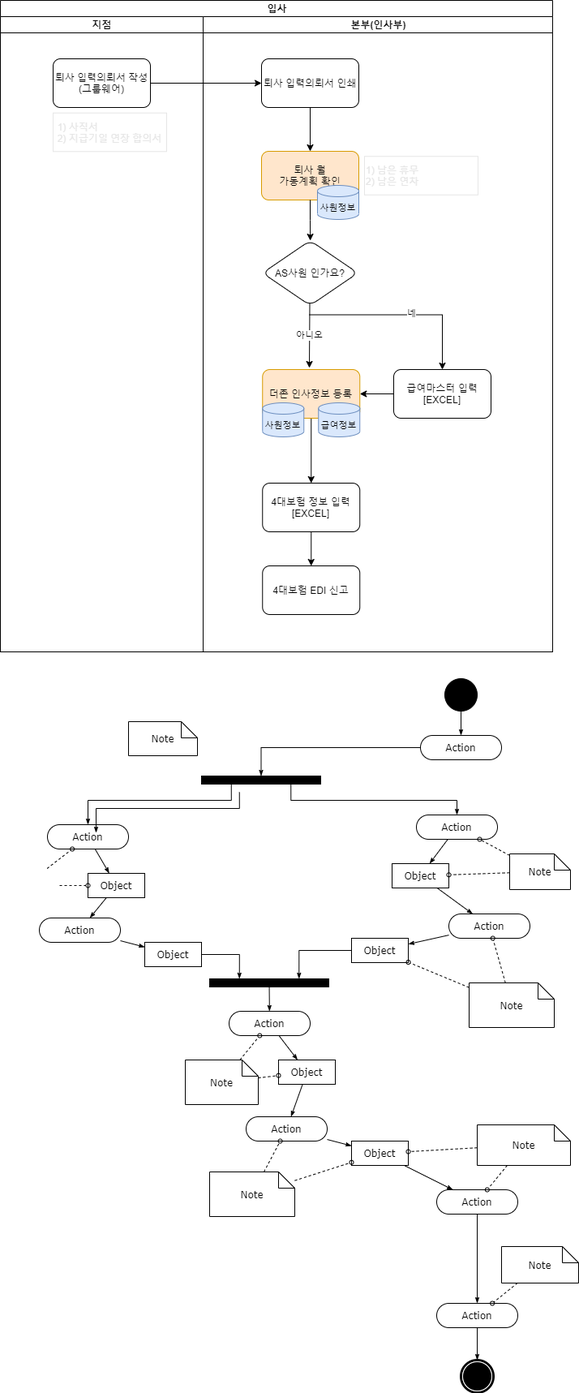
This is Insa_Resignation.drawio의 복사본.png from seunggeunjo/Flow-Chart, a draw.io export, as it was before one commit. Source tidied: cells renumbered, new cells last; positions are measured from the earlier drawing's top-left corner, leaving out a move shared by most shapes.
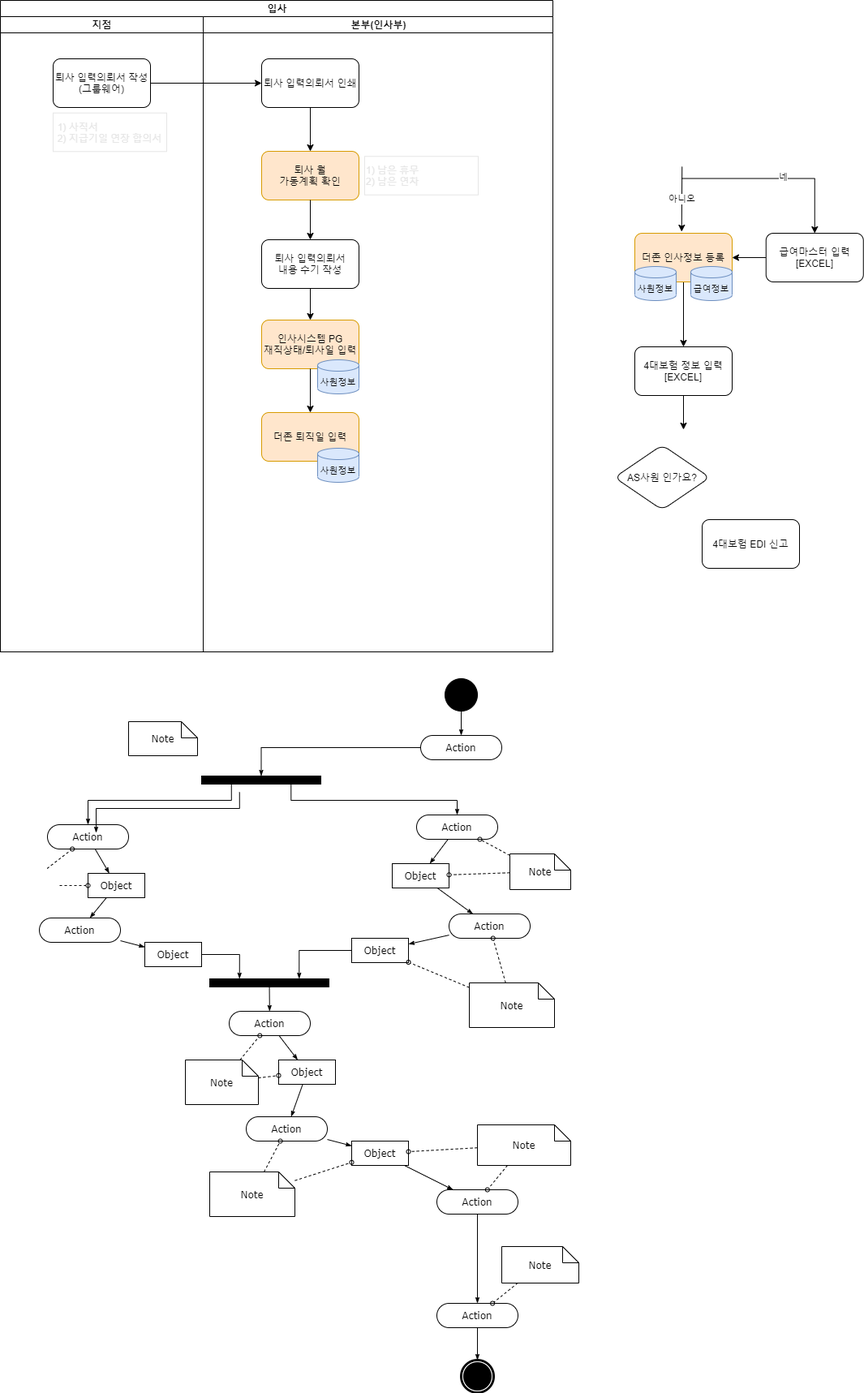
Later version of the same file.

Commit message:
Insa_Resignation.drawio의 복사본.png 업데이트

Change to the diagram source:
```diff
@@ -33,28 +33,19 @@
       <mxGeometry relative="1" as="geometry" />
     </mxCell>
     <mxCell id="12" value="더존 인사정보 등록" style="whiteSpace=wrap;html=1;rounded=1;fillColor=#ffe6cc;strokeColor=#d79b00;" parent="7" vertex="1">
-      <mxGeometry x="73.2" y="435" width="120" height="60" as="geometry" />
+      <mxGeometry x="532" y="267" width="120" height="60" as="geometry" />
     </mxCell>
-    <mxCell id="13" value="AS사원 인가요?" style="rhombus;whiteSpace=wrap;html=1;rounded=1;" parent="7" vertex="1">
-      <mxGeometry x="73.2" y="276" width="117.5" height="80" as="geometry" />
-    </mxCell>
-    <mxCell id="14" style="edgeStyle=orthogonalEdgeStyle;rounded=0;jettySize=auto;html=1;" parent="7" edge="1" source="9" target="13">
-      <mxGeometry relative="1" as="geometry" />
-    </mxCell>
-    <mxCell id="15" value="&lt;div&gt;&lt;span&gt;&lt;br&gt;&lt;/span&gt;&lt;/div&gt;&lt;div&gt;&lt;span&gt;사원정보&lt;/span&gt;&lt;/div&gt;" style="strokeWidth=1;html=1;shape=mxgraph.flowchart.database;whiteSpace=wrap;fontSize=11;fillColor=#dae8fc;strokeColor=#6c8ebf;align=center;" parent="7" vertex="1">
-      <mxGeometry x="141" y="208" width="51" height="42" as="geometry" />
-    </mxCell>
     <mxCell id="16" value="아니오" style="endArrow=classic;html=1;rounded=0;fontSize=11;" parent="7" edge="1">
       <mxGeometry relative="1" as="geometry">
-        <mxPoint x="131.5" y="353" as="sourcePoint" />
-        <mxPoint x="131" y="433" as="targetPoint" />
+        <mxPoint x="590.2" y="185" as="sourcePoint" />
+        <mxPoint x="589.8" y="265" as="targetPoint" />
       </mxGeometry>
     </mxCell>
     <mxCell id="17" style="edgeStyle=elbowEdgeStyle;elbow=horizontal;endArrow=classic;html=1;rounded=0;fontSize=11;entryX=0.5;entryY=0;entryDx=0;entryDy=0;" parent="7" edge="1" target="20">
       <mxGeometry relative="1" as="geometry">
-        <mxPoint x="131" y="367.5" as="sourcePoint" />
+        <mxPoint x="589.8" y="199.5" as="sourcePoint" />
         <Array as="points">
-          <mxPoint x="295" y="368" />
+          <mxPoint x="753.8" y="200" />
         </Array>
       </mxGeometry>
     </mxCell>
@@ -67,26 +58,49 @@
       <mxGeometry relative="1" as="geometry" />
     </mxCell>
     <mxCell id="20" value="급여마스터 입력&lt;br&gt;[EXCEL]" style="whiteSpace=wrap;html=1;rounded=1;" parent="7" vertex="1">
-      <mxGeometry x="235" y="435" width="120" height="60" as="geometry" />
+      <mxGeometry x="693.8" y="267" width="120" height="60" as="geometry" />
     </mxCell>
     <mxCell id="21" value="&lt;div&gt;&lt;span&gt;&lt;br&gt;&lt;/span&gt;&lt;/div&gt;&lt;div&gt;&lt;span&gt;사원정보&lt;/span&gt;&lt;/div&gt;" style="strokeWidth=1;html=1;shape=mxgraph.flowchart.database;whiteSpace=wrap;fontSize=11;fillColor=#dae8fc;strokeColor=#6c8ebf;align=center;" parent="7" vertex="1">
-      <mxGeometry x="73.2" y="476" width="51" height="42" as="geometry" />
+      <mxGeometry x="532" y="308" width="51" height="42" as="geometry" />
     </mxCell>
     <mxCell id="22" value="&lt;div&gt;&lt;br&gt;&lt;/div&gt;&lt;div&gt;급여정보&lt;/div&gt;" style="strokeWidth=1;html=1;shape=mxgraph.flowchart.database;whiteSpace=wrap;fontSize=11;fillColor=#dae8fc;strokeColor=#6c8ebf;align=center;" parent="7" vertex="1">
-      <mxGeometry x="142.2" y="476" width="51" height="42" as="geometry" />
+      <mxGeometry x="601" y="308" width="51" height="42" as="geometry" />
     </mxCell>
     <mxCell id="23" value="4대보험 정보 입력&lt;br&gt;[EXCEL]" style="rounded=1;whiteSpace=wrap;html=1;" parent="7" vertex="1">
-      <mxGeometry x="73.2" y="575" width="120" height="60" as="geometry" />
+      <mxGeometry x="532" y="407" width="120" height="60" as="geometry" />
     </mxCell>
-    <mxCell id="24" value="4대보험 EDI 신고" style="rounded=1;whiteSpace=wrap;html=1;" parent="7" vertex="1">
-      <mxGeometry x="73.2" y="677" width="120" height="60" as="geometry" />
-    </mxCell>
-    <mxCell id="25" style="edgeStyle=orthogonalEdgeStyle;rounded=0;jettySize=auto;html=1;fontSize=11;" parent="7" edge="1" source="23" target="24">
-      <mxGeometry relative="1" as="geometry" />
+    <mxCell id="25" style="edgeStyle=orthogonalEdgeStyle;rounded=0;jettySize=auto;html=1;fontSize=11;" parent="7" edge="1" source="23">
+      <mxGeometry relative="1" as="geometry">
+        <mxPoint x="592" y="509" as="targetPoint" />
+      </mxGeometry>
     </mxCell>
     <mxCell id="26" value="&lt;div&gt;&lt;span&gt;&lt;font color=&quot;#e6e6e6&quot;&gt;1) 남은 휴무&lt;/font&gt;&lt;/span&gt;&lt;/div&gt;&lt;div&gt;&lt;span&gt;&lt;font color=&quot;#e6e6e6&quot;&gt;2) 남은 연차&lt;/font&gt;&lt;/span&gt;&lt;/div&gt;" style="whiteSpace=wrap;html=1;align=left;newEdgeStyle={&quot;edgeStyle&quot;:&quot;elbowEdgeStyle&quot;,&quot;startArrow&quot;:&quot;none&quot;,&quot;endArrow&quot;:&quot;none&quot;};strokeColor=#E6E6E6;" parent="7" vertex="1">
       <mxGeometry x="199" y="172.2" width="140" height="47.5" as="geometry" />
     </mxCell>
+    <mxCell id="86" style="edgeStyle=orthogonalEdgeStyle;rounded=0;jettySize=auto;html=1;exitX=0.5;exitY=1;exitDx=0;exitDy=0;fontColor=#E6E6E6;" parent="7" edge="1" source="87" target="89">
+      <mxGeometry relative="1" as="geometry" />
+    </mxCell>
+    <mxCell id="87" value="퇴사 입력의뢰서&lt;br&gt;내용 수기 작성" style="whiteSpace=wrap;html=1;rounded=1;" parent="7" vertex="1">
+      <mxGeometry x="72" y="275" width="120" height="60" as="geometry" />
+    </mxCell>
+    <mxCell id="88" style="edgeStyle=orthogonalEdgeStyle;rounded=0;jettySize=auto;html=1;fontColor=#E6E6E6;" parent="7" edge="1" source="9" target="87">
+      <mxGeometry relative="1" as="geometry" />
+    </mxCell>
+    <mxCell id="89" value="인사시스템 PG&lt;br&gt;재직상태/퇴사일 입력" style="whiteSpace=wrap;html=1;rounded=1;fillColor=#ffe6cc;strokeColor=#d79b00;" parent="7" vertex="1">
+      <mxGeometry x="72" y="374" width="120" height="60" as="geometry" />
+    </mxCell>
+    <mxCell id="90" value="&lt;div&gt;&lt;span&gt;&lt;br&gt;&lt;/span&gt;&lt;/div&gt;&lt;div&gt;&lt;span&gt;사원정보&lt;/span&gt;&lt;/div&gt;" style="strokeWidth=1;html=1;shape=mxgraph.flowchart.database;whiteSpace=wrap;fontSize=11;fillColor=#dae8fc;strokeColor=#6c8ebf;align=center;" parent="7" vertex="1">
+      <mxGeometry x="141" y="423" width="51" height="42" as="geometry" />
+    </mxCell>
+    <mxCell id="91" value="더존 퇴직일&amp;nbsp;입력" style="whiteSpace=wrap;html=1;rounded=1;strokeColor=#d79b00;fillColor=#ffe6cc;" parent="7" vertex="1">
+      <mxGeometry x="72" y="488" width="120" height="60" as="geometry" />
+    </mxCell>
+    <mxCell id="92" style="edgeStyle=orthogonalEdgeStyle;rounded=0;jettySize=auto;html=1;fontColor=#E6E6E6;" parent="7" edge="1" source="89" target="91">
+      <mxGeometry relative="1" as="geometry" />
+    </mxCell>
+    <mxCell id="93" value="&lt;div&gt;&lt;span&gt;&lt;br&gt;&lt;/span&gt;&lt;/div&gt;&lt;div&gt;&lt;span&gt;사원정보&lt;/span&gt;&lt;/div&gt;" style="strokeWidth=1;html=1;shape=mxgraph.flowchart.database;whiteSpace=wrap;fontSize=11;fillColor=#dae8fc;strokeColor=#6c8ebf;align=center;" parent="7" vertex="1">
+      <mxGeometry x="141" y="532" width="51" height="42" as="geometry" />
+    </mxCell>
     <mxCell id="27" style="edgeStyle=none;rounded=0;html=1;labelBackgroundColor=none;startArrow=none;startFill=0;startSize=5;endArrow=classicThin;endFill=1;endSize=5;jettySize=auto;strokeWidth=1;fontFamily=Verdana;fontSize=12;" parent="1" edge="1" source="28" target="31">
       <mxGeometry relative="1" as="geometry" />
     </mxCell>
@@ -289,5 +303,11 @@
         </Array>
       </mxGeometry>
     </mxCell>
+    <mxCell id="24" value="4대보험 EDI 신고" style="rounded=1;whiteSpace=wrap;html=1;" parent="1" vertex="1">
+      <mxGeometry x="865" y="640" width="120" height="60" as="geometry" />
+    </mxCell>
+    <mxCell id="13" value="AS사원 인가요?" style="rhombus;whiteSpace=wrap;html=1;rounded=1;" parent="1" vertex="1">
+      <mxGeometry x="757" y="548" width="117.5" height="80" as="geometry" />
+    </mxCell>
   </root>
 </mxGraphModel>
```
